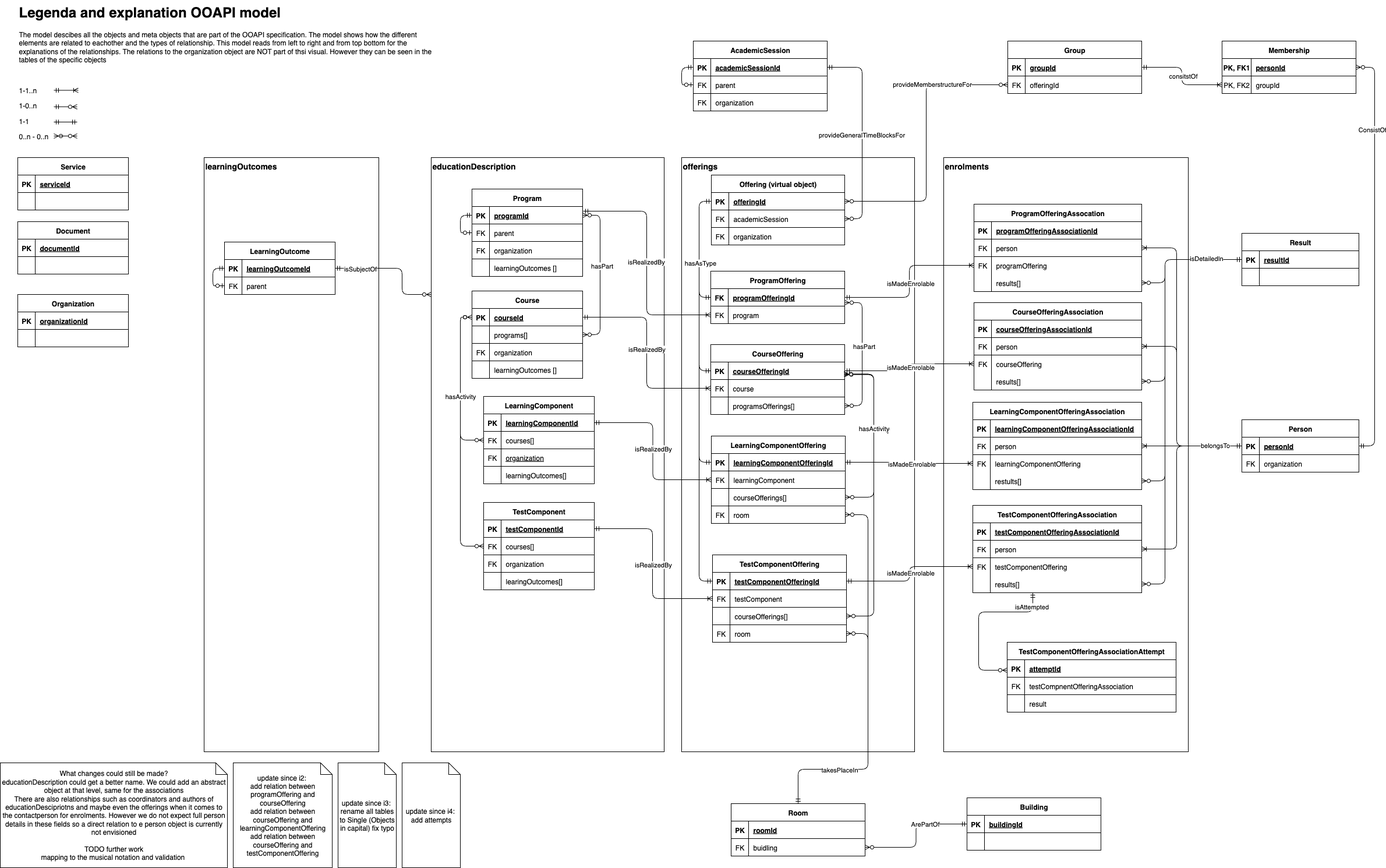
The draw.io diagram v6/ooapi_v6.png in open-education-api/specification, before a commit. Source tidied: cells renumbered, new cells last; positions are measured from the earlier drawing's top-left corner, leaving out a move shared by most shapes.
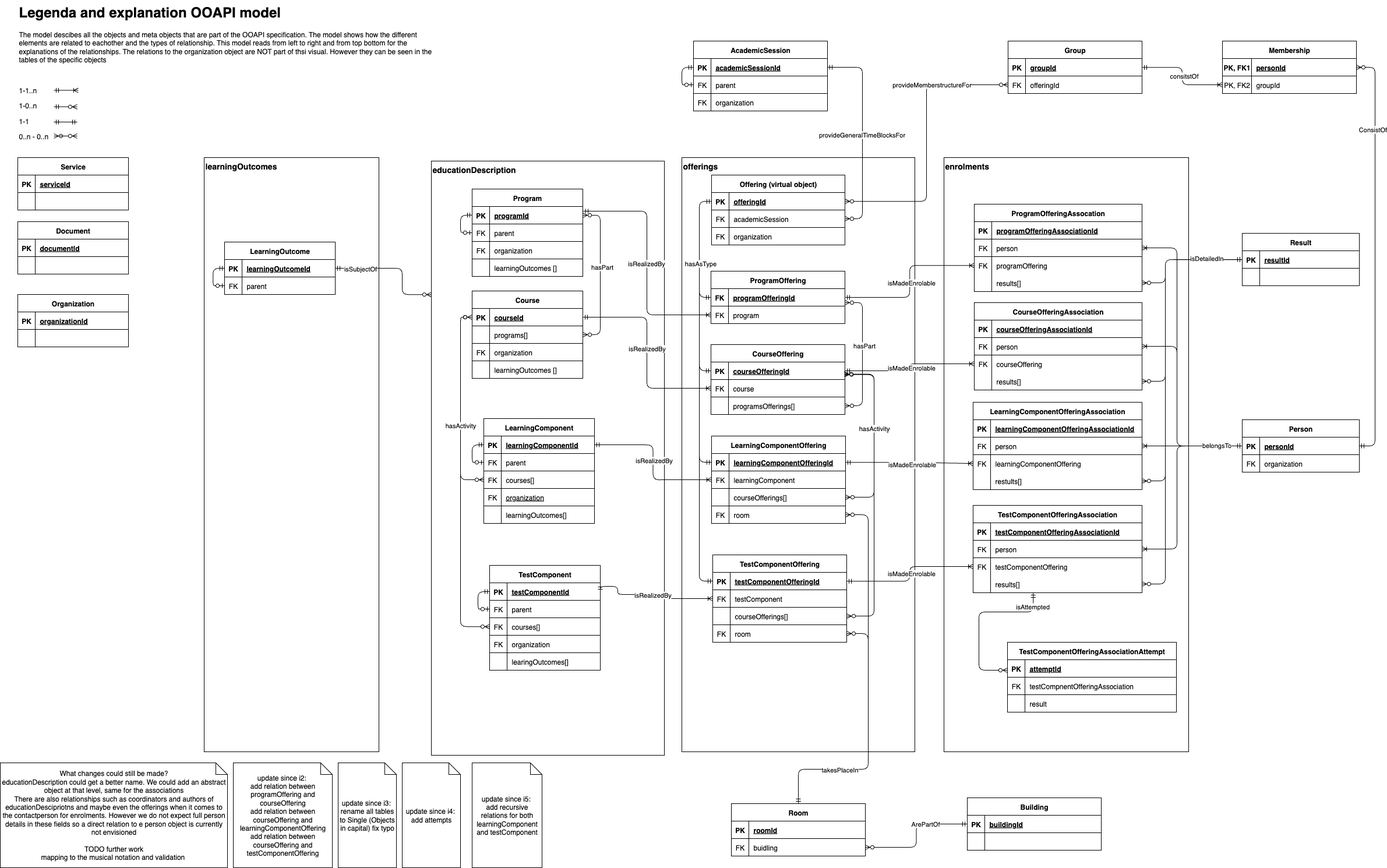
After the commit.

The edit, as a diff of the source:
```diff
@@ -6,7 +6,7 @@
       <mxGeometry x="1170" y="270" width="400" height="1020" as="geometry" />
     </mxCell>
     <mxCell id="3" value="&lt;font style=&quot;font-size: 14px;&quot;&gt;&lt;b&gt;educationDescription&lt;/b&gt;&lt;/font&gt;" style="rounded=0;whiteSpace=wrap;html=1;align=left;verticalAlign=top;" parent="1" vertex="1">
-      <mxGeometry x="740" y="270" width="400" height="1020" as="geometry" />
+      <mxGeometry x="740" y="276" width="400" height="1020" as="geometry" />
     </mxCell>
     <mxCell id="4" style="edgeStyle=entityRelationEdgeStyle;endArrow=ERzeroToMany;startArrow=ERzeroToMany;endFill=1;startFill=0;entryX=1;entryY=0.5;entryDx=0;entryDy=0;exitX=1;exitY=0.5;exitDx=0;exitDy=0;" parent="1" edge="1" source="46" target="12">
       <mxGeometry relative="1" as="geometry" />
@@ -90,7 +90,7 @@
       <mxGeometry x="30" width="200" height="30" as="geometry" />
     </mxCell>
     <mxCell id="31" value="LearningComponent" style="shape=table;startSize=30;rowLines=0;fontStyle=1;align=center;" parent="1" vertex="1">
-      <mxGeometry x="830" y="680" width="190" height="150" as="geometry" />
+      <mxGeometry x="830" y="718" width="190" height="180" as="geometry" />
     </mxCell>
     <mxCell id="32" style="shape=partialRectangle;fillColor=none;points=[[0,0.5],[1,0.5]];portConstraint=eastwest;top=0;left=0;right=0;bottom=1;" parent="31" vertex="1">
       <mxGeometry y="30" width="190" height="30" as="geometry" />
@@ -101,8 +101,17 @@
     <mxCell id="34" value="learningComponentId" style="shape=partialRectangle;overflow=hidden;fillColor=none;top=0;left=0;bottom=0;right=0;align=left;spacingLeft=6;fontStyle=5;" parent="32" vertex="1">
       <mxGeometry x="30" width="160" height="30" as="geometry" />
     </mxCell>
+    <mxCell id="325" style="shape=partialRectangle;fillColor=none;points=[[0,0.5],[1,0.5]];portConstraint=eastwest;top=0;left=0;right=0;bottom=1;" parent="31" vertex="1">
+      <mxGeometry y="60" width="190" height="30" as="geometry" />
+    </mxCell>
+    <mxCell id="326" value="FK" style="shape=partialRectangle;overflow=hidden;fillColor=none;top=0;left=0;bottom=0;right=0;fontStyle=0;" parent="325" vertex="1">
+      <mxGeometry width="30" height="30" as="geometry" />
+    </mxCell>
+    <mxCell id="327" value="parent" style="shape=partialRectangle;overflow=hidden;fillColor=none;top=0;left=0;bottom=0;right=0;align=left;spacingLeft=6;fontStyle=0;" parent="325" vertex="1">
+      <mxGeometry x="30" width="160" height="30" as="geometry" />
+    </mxCell>
     <mxCell id="35" style="shape=partialRectangle;fillColor=none;points=[[0,0.5],[1,0.5]];portConstraint=eastwest;top=0;left=0;right=0;bottom=1;" parent="31" vertex="1">
-      <mxGeometry y="60" width="190" height="30" as="geometry" />
+      <mxGeometry y="90" width="190" height="30" as="geometry" />
     </mxCell>
     <mxCell id="36" value="FK" style="shape=partialRectangle;overflow=hidden;fillColor=none;top=0;left=0;bottom=0;right=0;fontStyle=0;" parent="35" vertex="1">
       <mxGeometry width="30" height="30" as="geometry" />
@@ -111,7 +120,7 @@
       <mxGeometry x="30" width="160" height="30" as="geometry" />
     </mxCell>
     <mxCell id="38" style="shape=partialRectangle;fillColor=none;top=0;left=0;right=0;bottom=1;" parent="31" vertex="1">
-      <mxGeometry y="90" width="190" height="30" as="geometry" />
+      <mxGeometry y="120" width="190" height="30" as="geometry" />
     </mxCell>
     <mxCell id="39" value="FK" style="shape=partialRectangle;overflow=hidden;fillColor=none;top=0;left=0;bottom=0;right=0;fontStyle=0;" parent="38" vertex="1">
       <mxGeometry width="30" height="30" as="geometry" />
@@ -120,7 +129,7 @@
       <mxGeometry x="30" width="160" height="30" as="geometry" />
     </mxCell>
     <mxCell id="41" style="shape=partialRectangle;fillColor=none;top=0;left=0;right=0;bottom=0;" parent="31" vertex="1">
-      <mxGeometry y="120" width="190" height="30" as="geometry" />
+      <mxGeometry y="150" width="190" height="30" as="geometry" />
     </mxCell>
     <mxCell id="42" style="shape=partialRectangle;overflow=hidden;fillColor=none;top=0;left=0;bottom=0;right=0;" parent="41" vertex="1">
       <mxGeometry width="30" height="30" as="geometry" />
@@ -128,6 +137,9 @@
     <mxCell id="43" value="learningOutcomes[]" style="shape=partialRectangle;overflow=hidden;fillColor=none;top=0;left=0;bottom=0;right=0;align=left;spacingLeft=6;" parent="41" vertex="1">
       <mxGeometry x="30" width="160" height="30" as="geometry" />
     </mxCell>
+    <mxCell id="328" style="edgeStyle=orthogonalEdgeStyle;rounded=1;jettySize=auto;html=1;endArrow=ERmandOne;startFill=0;startArrow=ERzeroToOne;endFill=0;curved=0;entryX=0;entryY=0.5;entryDx=0;entryDy=0;" parent="31" edge="1" source="325" target="32">
+      <mxGeometry relative="1" as="geometry" />
+    </mxCell>
     <mxCell id="44" style="edgeStyle=orthogonalEdgeStyle;rounded=1;jettySize=auto;html=1;exitX=0;exitY=0.5;exitDx=0;exitDy=0;startArrow=ERzeroToMany;startFill=0;endArrow=ERzeroToMany;endFill=0;curved=0;entryX=0;entryY=0.5;entryDx=0;entryDy=0;" parent="1" edge="1" source="35" target="9">
       <mxGeometry relative="1" as="geometry" />
     </mxCell>
@@ -174,7 +186,7 @@
       <mxGeometry relative="1" as="geometry" />
     </mxCell>
     <mxCell id="59" value="TestComponent" style="shape=table;startSize=30;rowLines=0;fontStyle=1;align=center;" parent="1" vertex="1">
-      <mxGeometry x="830" y="862" width="190" height="150" as="geometry" />
+      <mxGeometry x="840" y="970" width="190" height="180" as="geometry" />
     </mxCell>
     <mxCell id="60" style="shape=partialRectangle;fillColor=none;points=[[0,0.5],[1,0.5]];portConstraint=eastwest;top=0;left=0;right=0;bottom=1;" parent="59" vertex="1">
       <mxGeometry y="30" width="190" height="30" as="geometry" />
@@ -185,8 +197,17 @@
     <mxCell id="62" value="testComponentId" style="shape=partialRectangle;overflow=hidden;fillColor=none;top=0;left=0;bottom=0;right=0;align=left;spacingLeft=6;fontStyle=5;" parent="60" vertex="1">
       <mxGeometry x="30" width="160" height="30" as="geometry" />
     </mxCell>
+    <mxCell id="329" style="shape=partialRectangle;fillColor=none;points=[[0,0.5],[1,0.5]];portConstraint=eastwest;top=0;left=0;right=0;bottom=1;" parent="59" vertex="1">
+      <mxGeometry y="60" width="190" height="30" as="geometry" />
+    </mxCell>
+    <mxCell id="330" value="FK" style="shape=partialRectangle;overflow=hidden;fillColor=none;top=0;left=0;bottom=0;right=0;fontStyle=0;" parent="329" vertex="1">
+      <mxGeometry width="30" height="30" as="geometry" />
+    </mxCell>
+    <mxCell id="331" value="parent" style="shape=partialRectangle;overflow=hidden;fillColor=none;top=0;left=0;bottom=0;right=0;align=left;spacingLeft=6;fontStyle=0;" parent="329" vertex="1">
+      <mxGeometry x="30" width="160" height="30" as="geometry" />
+    </mxCell>
     <mxCell id="63" style="shape=partialRectangle;fillColor=none;points=[[0,0.5],[1,0.5]];portConstraint=eastwest;top=0;left=0;right=0;bottom=1;" parent="59" vertex="1">
-      <mxGeometry y="60" width="190" height="30" as="geometry" />
+      <mxGeometry y="90" width="190" height="30" as="geometry" />
     </mxCell>
     <mxCell id="64" value="FK" style="shape=partialRectangle;overflow=hidden;fillColor=none;top=0;left=0;bottom=0;right=0;fontStyle=0;" parent="63" vertex="1">
       <mxGeometry width="30" height="30" as="geometry" />
@@ -195,7 +216,7 @@
       <mxGeometry x="30" width="160" height="30" as="geometry" />
     </mxCell>
     <mxCell id="66" style="shape=partialRectangle;fillColor=none;top=0;left=0;right=0;bottom=1;" parent="59" vertex="1">
-      <mxGeometry y="90" width="190" height="30" as="geometry" />
+      <mxGeometry y="120" width="190" height="30" as="geometry" />
     </mxCell>
     <mxCell id="67" value="FK" style="shape=partialRectangle;overflow=hidden;fillColor=none;top=0;left=0;bottom=0;right=0;fontStyle=0;" parent="66" vertex="1">
       <mxGeometry width="30" height="30" as="geometry" />
@@ -204,7 +225,7 @@
       <mxGeometry x="30" width="160" height="30" as="geometry" />
     </mxCell>
     <mxCell id="69" style="shape=partialRectangle;fillColor=none;top=0;left=0;right=0;bottom=0;" parent="59" vertex="1">
-      <mxGeometry y="120" width="190" height="30" as="geometry" />
+      <mxGeometry y="150" width="190" height="30" as="geometry" />
     </mxCell>
     <mxCell id="70" style="shape=partialRectangle;overflow=hidden;fillColor=none;top=0;left=0;bottom=0;right=0;" parent="69" vertex="1">
       <mxGeometry width="30" height="30" as="geometry" />
@@ -212,6 +233,14 @@
     <mxCell id="71" value="learingOutcomes[]" style="shape=partialRectangle;overflow=hidden;fillColor=none;top=0;left=0;bottom=0;right=0;align=left;spacingLeft=6;" parent="69" vertex="1">
       <mxGeometry x="30" width="160" height="30" as="geometry" />
     </mxCell>
+    <mxCell id="332" style="edgeStyle=orthogonalEdgeStyle;rounded=1;jettySize=auto;html=1;endArrow=ERmandOne;startFill=0;startArrow=ERzeroToOne;endFill=0;curved=0;entryX=0;entryY=0.5;entryDx=0;entryDy=0;exitX=0;exitY=0.5;exitDx=0;exitDy=0;" parent="59" edge="1" source="329" target="60">
+      <mxGeometry relative="1" as="geometry">
+        <Array as="points">
+          <mxPoint x="-20" y="75" />
+          <mxPoint x="-20" y="45" />
+        </Array>
+      </mxGeometry>
+    </mxCell>
     <mxCell id="72" style="edgeStyle=orthogonalEdgeStyle;rounded=1;jettySize=auto;html=1;startArrow=ERzeroToMany;startFill=0;endArrow=ERzeroToMany;endFill=0;curved=0;entryX=0;entryY=0.5;entryDx=0;entryDy=0;" parent="1" edge="1" source="63" target="9">
       <mxGeometry relative="1" as="geometry" />
     </mxCell>
@@ -531,7 +560,9 @@
     <mxCell id="175" style="edgeStyle=orthogonalEdgeStyle;rounded=1;jettySize=auto;html=1;endArrow=ERoneToMany;endFill=0;startArrow=ERmandOne;startFill=0;curved=0;exitX=1;exitY=0.5;exitDx=0;exitDy=0;entryX=0;entryY=0.5;entryDx=0;entryDy=0;" parent="1" edge="1" source="60" target="100">
       <mxGeometry relative="1" as="geometry">
         <Array as="points">
-          <mxPoint x="1120" y="907" />
+          <mxPoint x="1060" y="1006" />
+          <mxPoint x="1060" y="1020" />
+          <mxPoint x="1120" y="1020" />
           <mxPoint x="1120" y="1027" />
         </Array>
       </mxGeometry>
@@ -1089,5 +1120,8 @@
     <mxCell id="324" value="isAttempted" style="edgeLabel;html=1;align=center;verticalAlign=middle;" parent="323" vertex="1">
       <mxGeometry x="-0.83" y="-3" relative="1" as="geometry" />
     </mxCell>
+    <mxCell id="333" value="update since i5:&amp;nbsp;&lt;div&gt;add recursive relations for both learningComponent and testComponent&lt;/div&gt;" style="shape=note;size=20;whiteSpace=wrap;html=1;" parent="1" vertex="1">
+      <mxGeometry x="810" y="1309" width="120" height="180" as="geometry" />
+    </mxCell>
   </root>
 </mxGraphModel>
```
